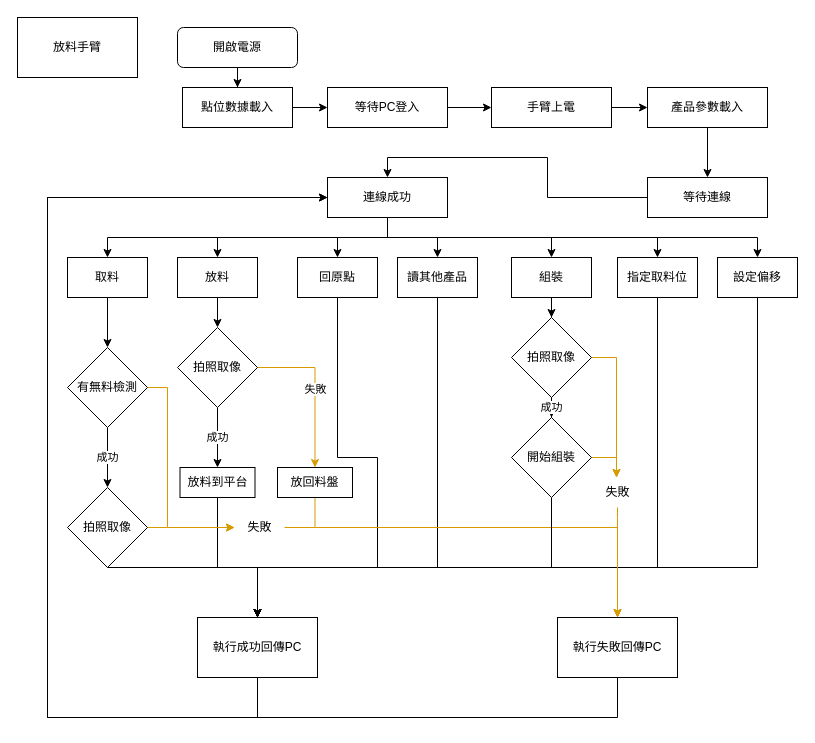
Above: page "第 3 页" (3 of 6) of 未命名绘图.drawio in RickLin19921104/murder (draw.io), before the change. Source tidied: cells renumbered, new cells numbered last; positions are measured from the earlier drawing's top-left corner, leaving out a move shared by most shapes. Both pictures are drawn from the tidied source at 100%, with x=0, y=0 at pixel (17, 17).
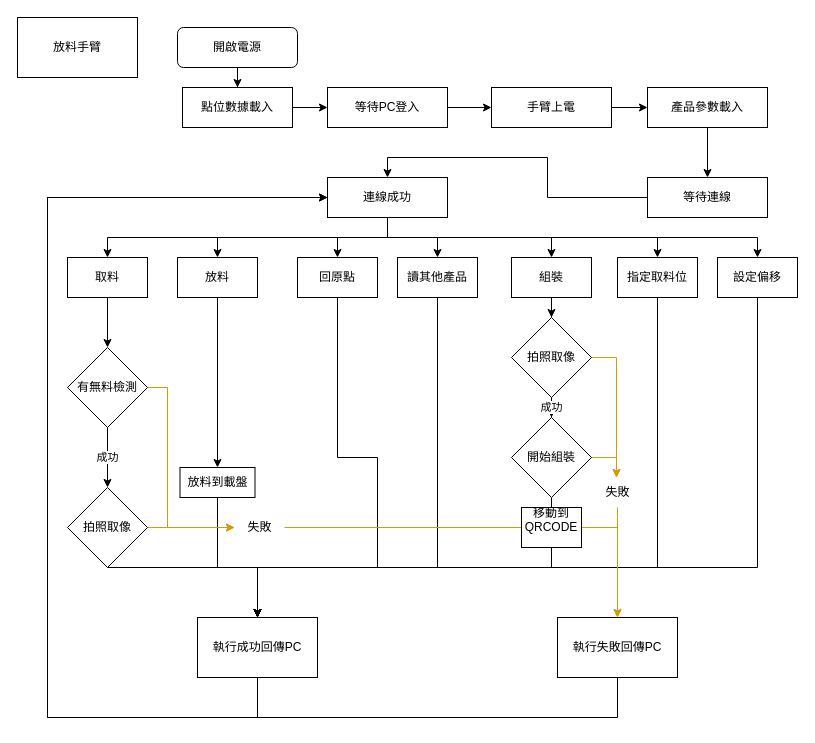
The same page after the edit.

The change refers to these unchanged cells:
```xml
<mxCell id="26" value="放料" style="rounded=0;whiteSpace=wrap;html=1;" parent="1" vertex="1">
  <mxGeometry x="160" y="240" width="80" height="40" as="geometry" />
</mxCell>
<mxCell id="41" value="執行失敗回傳PC" style="rounded=0;whiteSpace=wrap;html=1;" parent="1" vertex="1">
  <mxGeometry x="540" y="600" width="120" height="60" as="geometry" />
</mxCell>
```

What changed in the source:
```diff
@@
-    <mxCell id="25" style="edgeStyle=orthogonalEdgeStyle;rounded=0;jettySize=auto;html=1;entryX=0.5;entryY=0;entryDx=0;entryDy=0;" parent="1" edge="1" source="26" target="37">
+    <mxCell id="25" style="edgeStyle=orthogonalEdgeStyle;rounded=0;jettySize=auto;html=1;entryX=0.5;entryY=0;entryDx=0;entryDy=0;" parent="1" edge="1" source="26" target="43">
       <mxGeometry relative="1" as="geometry" />
     </mxCell>
@@
-    <mxCell id="35" value="成功" style="edgeStyle=orthogonalEdgeStyle;rounded=0;jettySize=auto;html=1;entryX=0.5;entryY=0;entryDx=0;entryDy=0;" parent="1" edge="1" source="37" target="43">
-      <mxGeometry relative="1" as="geometry" />
-    </mxCell>
-    <mxCell id="36" value="失敗" style="edgeStyle=orthogonalEdgeStyle;rounded=0;jettySize=auto;html=1;entryX=0.5;entryY=0;entryDx=0;entryDy=0;fillColor=#ffe6cc;strokeColor=#d79b00;" parent="1" edge="1" source="37" target="45">
-      <mxGeometry relative="1" as="geometry">
-        <Array as="points">
-          <mxPoint x="298" y="350" />
-        </Array>
-      </mxGeometry>
-    </mxCell>
-    <mxCell id="37" value="拍照取像" style="rhombus;whiteSpace=wrap;html=1;" parent="1" vertex="1">
-      <mxGeometry x="160" y="310" width="80" height="80" as="geometry" />
-    </mxCell>
@@
-    <mxCell id="43" value="放料到平台" style="rounded=0;whiteSpace=wrap;html=1;" parent="1" vertex="1">
+    <mxCell id="43" value="放料到載盤" style="rounded=0;whiteSpace=wrap;html=1;" parent="1" vertex="1">
       <mxGeometry x="162.5" y="450" width="75" height="30" as="geometry" />
     </mxCell>
-    <mxCell id="44" style="edgeStyle=orthogonalEdgeStyle;rounded=0;jettySize=auto;html=1;fillColor=#ffe6cc;strokeColor=#d79b00;" parent="1" edge="1" source="45" target="41">
-      <mxGeometry relative="1" as="geometry">
-        <Array as="points">
-          <mxPoint x="298" y="510" />
-          <mxPoint x="600" y="510" />
-        </Array>
-      </mxGeometry>
-    </mxCell>
-    <mxCell id="45" value="放回料盤" style="rounded=0;whiteSpace=wrap;html=1;" parent="1" vertex="1">
-      <mxGeometry x="260" y="450" width="75" height="30" as="geometry" />
-    </mxCell>
@@
+    <mxCell id="64" value="移動到QRCODE&lt;div&gt;&lt;br&gt;&lt;/div&gt;" style="rounded=0;whiteSpace=wrap;html=1;" parent="1" vertex="1">
+      <mxGeometry x="504" y="490" width="60" height="40" as="geometry" />
+    </mxCell>
```
